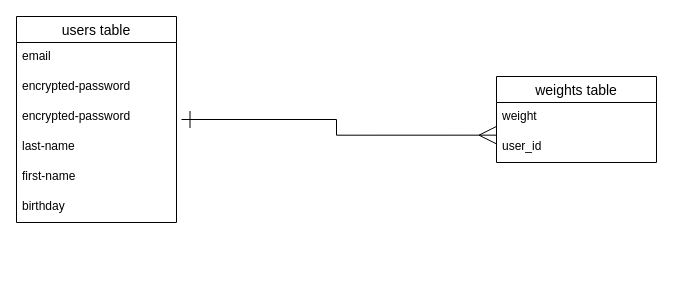
Above: weight.dio in ft529y/weight-management (draw.io), before the change. Source tidied: cells renumbered, new cells numbered last; positions are measured from the earlier drawing's top-left corner, leaving out a move shared by most shapes. Both pictures are drawn from the tidied source at 100%, with x=0, y=0 at pixel (16, 16).
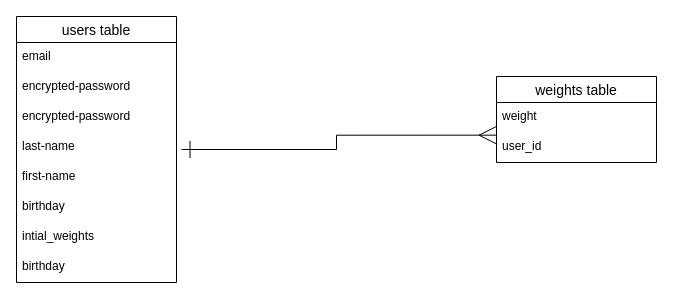
The same diagram, later.

The edit, as a diff of the source:
```diff
@@
 <mxGraphModel>
   <root>
     <mxCell id="0" />
     <mxCell id="1" parent="0" />
     <mxCell id="2" style="edgeStyle=orthogonalEdgeStyle;rounded=0;jettySize=auto;html=1;entryX=-0.003;entryY=0.089;entryDx=0;entryDy=0;entryPerimeter=0;endArrow=ERmany;endFill=0;startArrow=ERone;startFill=0;sourcePerimeterSpacing=5;startSize=15;targetPerimeterSpacing=5;endSize=15;" parent="1" edge="1" source="3" target="12">
       <mxGeometry relative="1" as="geometry" />
     </mxCell>
     <mxCell id="3" value="users table" style="swimlane;fontStyle=0;horizontal=1;startSize=26;align=center;fontSize=14;" parent="1" vertex="1">
-      <mxGeometry width="160" height="206" as="geometry" />
+      <mxGeometry width="160" height="266" as="geometry" />
     </mxCell>
     <mxCell id="4" value="email" style="text;strokeColor=none;fillColor=none;spacingLeft=4;spacingRight=4;overflow=hidden;fontSize=12;" parent="3" vertex="1">
       <mxGeometry y="26" width="160" height="30" as="geometry" />
     </mxCell>
     <mxCell id="5" value="encrypted-password" style="text;strokeColor=none;fillColor=none;spacingLeft=4;spacingRight=4;overflow=hidden;fontSize=12;" parent="3" vertex="1">
       <mxGeometry y="56" width="160" height="30" as="geometry" />
     </mxCell>
     <mxCell id="6" value="encrypted-password" style="text;strokeColor=none;fillColor=none;spacingLeft=4;spacingRight=4;overflow=hidden;fontSize=12;" parent="3" vertex="1">
       <mxGeometry y="86" width="160" height="30" as="geometry" />
     </mxCell>
     <mxCell id="7" value="last-name" style="text;strokeColor=none;fillColor=none;spacingLeft=4;spacingRight=4;overflow=hidden;fontSize=12;" parent="3" vertex="1">
       <mxGeometry y="116" width="160" height="30" as="geometry" />
     </mxCell>
     <mxCell id="8" value="first-name" style="text;strokeColor=none;fillColor=none;spacingLeft=4;spacingRight=4;overflow=hidden;fontSize=12;" parent="3" vertex="1">
       <mxGeometry y="146" width="160" height="30" as="geometry" />
     </mxCell>
+    <mxCell id="13" value="birthday" style="text;strokeColor=none;fillColor=none;spacingLeft=4;spacingRight=4;overflow=hidden;fontSize=12;" parent="3" vertex="1">
+      <mxGeometry y="176" width="160" height="30" as="geometry" />
+    </mxCell>
+    <mxCell id="14" value="intial_weights" style="text;strokeColor=none;fillColor=none;spacingLeft=4;spacingRight=4;overflow=hidden;fontSize=12;" parent="3" vertex="1">
+      <mxGeometry y="206" width="160" height="30" as="geometry" />
+    </mxCell>
     <mxCell id="9" value="birthday" style="text;strokeColor=none;fillColor=none;spacingLeft=4;spacingRight=4;overflow=hidden;fontSize=12;" parent="3" vertex="1">
-      <mxGeometry y="176" width="160" height="30" as="geometry" />
+      <mxGeometry y="236" width="160" height="30" as="geometry" />
     </mxCell>
     <mxCell id="10" value="weights table" style="swimlane;fontStyle=0;horizontal=1;startSize=26;align=center;fontSize=14;" parent="1" vertex="1">
       <mxGeometry x="480" y="60" width="160" height="86" as="geometry" />
     </mxCell>
     <mxCell id="11" value="weight" style="text;strokeColor=none;fillColor=none;spacingLeft=4;spacingRight=4;overflow=hidden;fontSize=12;" parent="10" vertex="1">
       <mxGeometry y="26" width="160" height="30" as="geometry" />
     </mxCell>
     <mxCell id="12" value="user_id" style="text;strokeColor=none;fillColor=none;spacingLeft=4;spacingRight=4;overflow=hidden;points=[[0,0.5],[1,0.5]];portConstraint=eastwest;fontSize=12;" parent="10" vertex="1">
       <mxGeometry y="56" width="160" height="30" as="geometry" />
     </mxCell>
   </root>
 </mxGraphModel>
```
